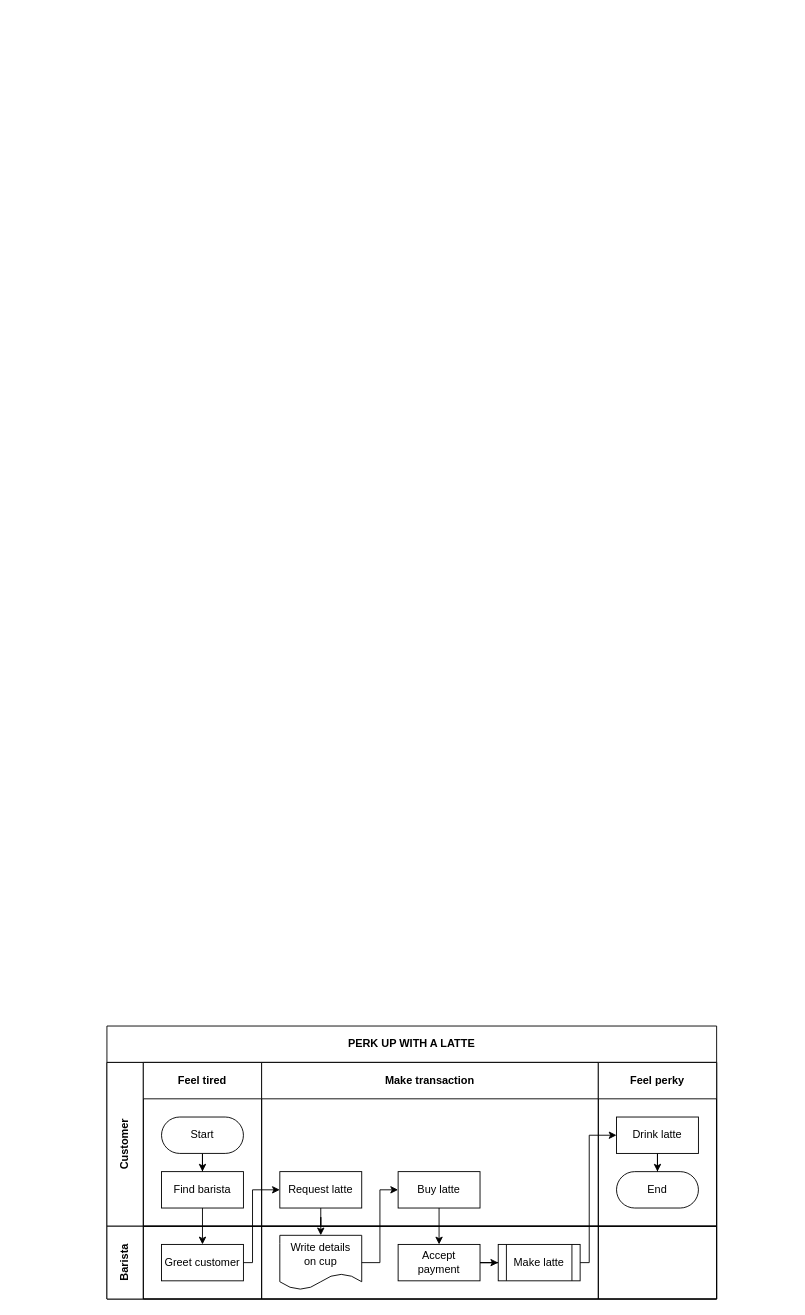
justinluu8235/project-2 keeps this draw.io diagram as Untitled Diagram.drawio. Above is the earlier version. Source tidied: cells renumbered, new cells numbered last; positions are measured from the earlier drawing's top-left corner, leaving out a move shared by most shapes. Both pictures are drawn from the tidied source at 91%, with x=0, y=0 at pixel (106, 1026).
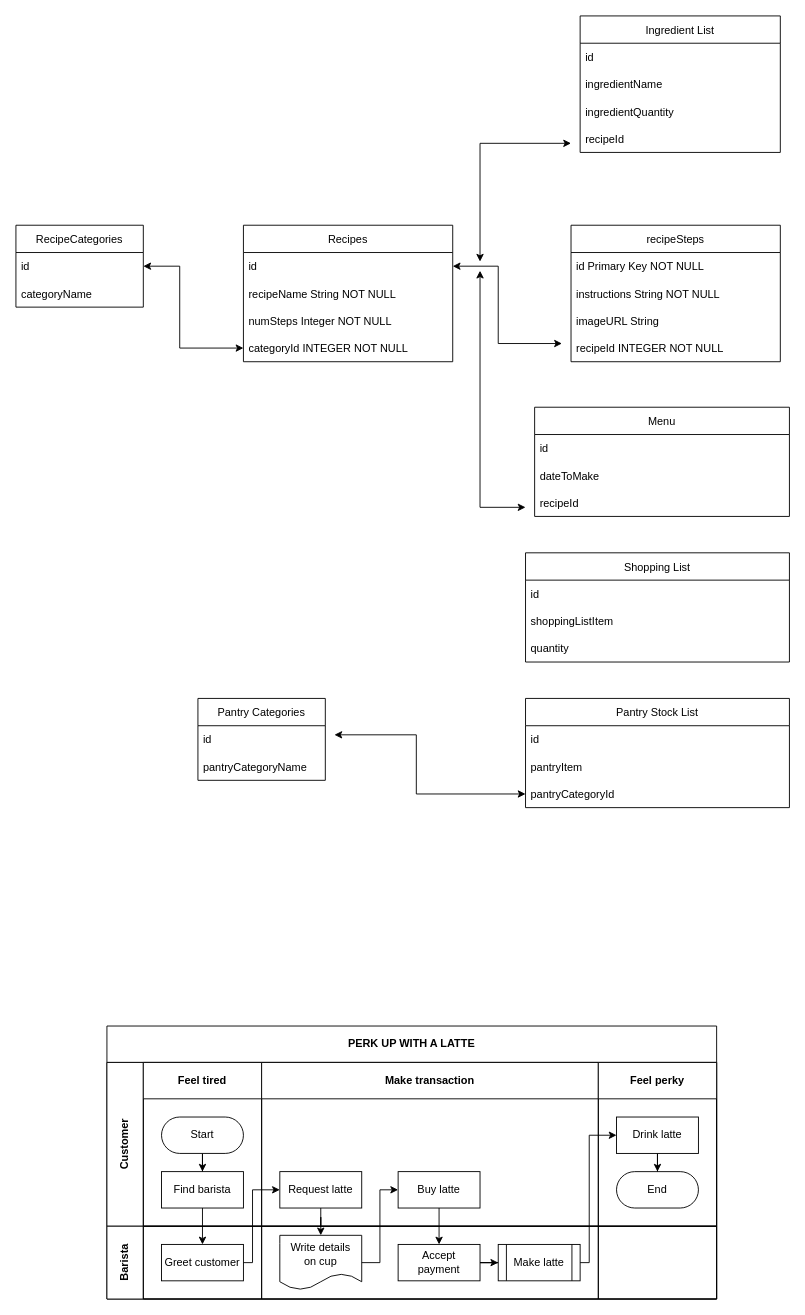
After the change.

Change to the diagram source:
```diff
@@
+    <mxCell id="30" value="Recipes" style="swimlane;fontStyle=0;horizontal=1;startSize=30;" parent="1" vertex="1">
+      <mxGeometry x="150" y="-880" width="230" height="150" as="geometry" />
+    </mxCell>
+    <mxCell id="31" value="id" style="text;strokeColor=none;fillColor=none;align=left;verticalAlign=middle;spacingLeft=4;spacingRight=4;overflow=hidden;points=[[0,0.5],[1,0.5]];portConstraint=eastwest;" parent="30" vertex="1">
+      <mxGeometry y="30" width="230" height="30" as="geometry" />
+    </mxCell>
+    <mxCell id="32" value="recipeName String NOT NULL" style="text;strokeColor=none;fillColor=none;align=left;verticalAlign=middle;spacingLeft=4;spacingRight=4;overflow=hidden;" parent="30" vertex="1">
+      <mxGeometry y="60" width="230" height="30" as="geometry" />
+    </mxCell>
+    <mxCell id="33" value="numSteps Integer NOT NULL" style="text;strokeColor=none;fillColor=none;align=left;verticalAlign=middle;spacingLeft=4;spacingRight=4;overflow=hidden;" parent="30" vertex="1">
+      <mxGeometry y="90" width="230" height="30" as="geometry" />
+    </mxCell>
+    <mxCell id="34" value="categoryId INTEGER NOT NULL" style="text;strokeColor=none;fillColor=none;align=left;verticalAlign=middle;spacingLeft=4;spacingRight=4;overflow=hidden;points=[[0,0.5],[1,0.5]];portConstraint=eastwest;" parent="30" vertex="1">
+      <mxGeometry y="120" width="230" height="30" as="geometry" />
+    </mxCell>
+    <mxCell id="35" value="recipeSteps" style="swimlane;fontStyle=0;horizontal=1;startSize=30;" parent="1" vertex="1">
+      <mxGeometry x="510" y="-880" width="230" height="150" as="geometry" />
+    </mxCell>
+    <mxCell id="36" value="id Primary Key NOT NULL" style="text;strokeColor=none;fillColor=none;align=left;verticalAlign=middle;spacingLeft=4;spacingRight=4;overflow=hidden;" parent="35" vertex="1">
+      <mxGeometry y="30" width="230" height="30" as="geometry" />
+    </mxCell>
+    <mxCell id="37" value="instructions String NOT NULL" style="text;strokeColor=none;fillColor=none;align=left;verticalAlign=middle;spacingLeft=4;spacingRight=4;overflow=hidden;" parent="35" vertex="1">
+      <mxGeometry y="60" width="230" height="30" as="geometry" />
+    </mxCell>
+    <mxCell id="38" value="imageURL String " style="text;strokeColor=none;fillColor=none;align=left;verticalAlign=middle;spacingLeft=4;spacingRight=4;overflow=hidden;" parent="35" vertex="1">
+      <mxGeometry y="90" width="230" height="30" as="geometry" />
+    </mxCell>
+    <mxCell id="39" value="recipeId INTEGER NOT NULL" style="text;strokeColor=none;fillColor=none;align=left;verticalAlign=middle;spacingLeft=4;spacingRight=4;overflow=hidden;" parent="35" vertex="1">
+      <mxGeometry y="120" width="230" height="30" as="geometry" />
+    </mxCell>
+    <mxCell id="40" value="RecipeCategories" style="swimlane;fontStyle=0;horizontal=1;startSize=30;" parent="1" vertex="1">
+      <mxGeometry x="-100" y="-880" width="140" height="90" as="geometry" />
+    </mxCell>
+    <mxCell id="41" value="id" style="text;strokeColor=none;fillColor=none;align=left;verticalAlign=middle;spacingLeft=4;spacingRight=4;overflow=hidden;points=[[0,0.5],[1,0.5]];portConstraint=eastwest;" parent="40" vertex="1">
+      <mxGeometry y="30" width="140" height="30" as="geometry" />
+    </mxCell>
+    <mxCell id="42" value="categoryName" style="text;strokeColor=none;fillColor=none;align=left;verticalAlign=middle;spacingLeft=4;spacingRight=4;overflow=hidden;" parent="40" vertex="1">
+      <mxGeometry y="60" width="140" height="30" as="geometry" />
+    </mxCell>
+    <mxCell id="43" style="endArrow=classic;startArrow=classic;html=1;rounded=0;exitX=1;exitY=0.5;exitDx=0;exitDy=0;entryX=0;entryY=0.5;entryDx=0;entryDy=0;" parent="1" edge="1" source="41" target="34">
+      <mxGeometry relative="1" as="geometry">
+        <Array as="points">
+          <mxPoint x="80" y="-835" />
+          <mxPoint x="80" y="-745" />
+        </Array>
+      </mxGeometry>
+    </mxCell>
+    <mxCell id="44" style="endArrow=classic;startArrow=classic;html=1;rounded=0;exitX=1;exitY=0.5;exitDx=0;exitDy=0;" parent="1" edge="1" source="31">
+      <mxGeometry relative="1" as="geometry">
+        <mxPoint x="500" y="-750" as="targetPoint" />
+        <Array as="points">
+          <mxPoint x="430" y="-835" />
+          <mxPoint x="430" y="-750" />
+        </Array>
+      </mxGeometry>
+    </mxCell>
+    <mxCell id="45" value="Menu" style="swimlane;fontStyle=0;horizontal=1;startSize=30;" parent="1" vertex="1">
+      <mxGeometry x="470" y="-680" width="280" height="120" as="geometry" />
+    </mxCell>
+    <mxCell id="46" value="id" style="text;strokeColor=none;fillColor=none;align=left;verticalAlign=middle;spacingLeft=4;spacingRight=4;overflow=hidden;" parent="45" vertex="1">
+      <mxGeometry y="30" width="280" height="30" as="geometry" />
+    </mxCell>
+    <mxCell id="47" value="dateToMake" style="text;strokeColor=none;fillColor=none;align=left;verticalAlign=middle;spacingLeft=4;spacingRight=4;overflow=hidden;" parent="45" vertex="1">
+      <mxGeometry y="60" width="280" height="30" as="geometry" />
+    </mxCell>
+    <mxCell id="48" value="recipeId" style="text;strokeColor=none;fillColor=none;align=left;verticalAlign=middle;spacingLeft=4;spacingRight=4;overflow=hidden;" parent="45" vertex="1">
+      <mxGeometry y="90" width="280" height="30" as="geometry" />
+    </mxCell>
+    <mxCell id="49" style="endArrow=classic;startArrow=classic;html=1;rounded=0;" parent="1" edge="1">
+      <mxGeometry relative="1" as="geometry">
+        <mxPoint x="410" y="-830" as="sourcePoint" />
+        <mxPoint x="460" y="-570" as="targetPoint" />
+        <Array as="points">
+          <mxPoint x="410" y="-570" />
+        </Array>
+      </mxGeometry>
+    </mxCell>
+    <mxCell id="50" value="Shopping List" style="swimlane;fontStyle=0;horizontal=1;startSize=30;" parent="1" vertex="1">
+      <mxGeometry x="460" y="-520" width="290" height="120" as="geometry" />
+    </mxCell>
+    <mxCell id="51" value="id" style="text;strokeColor=none;fillColor=none;align=left;verticalAlign=middle;spacingLeft=4;spacingRight=4;overflow=hidden;" parent="50" vertex="1">
+      <mxGeometry y="30" width="290" height="30" as="geometry" />
+    </mxCell>
+    <mxCell id="52" value="shoppingListItem" style="text;strokeColor=none;fillColor=none;align=left;verticalAlign=middle;spacingLeft=4;spacingRight=4;overflow=hidden;" parent="50" vertex="1">
+      <mxGeometry y="60" width="290" height="30" as="geometry" />
+    </mxCell>
+    <mxCell id="53" value="quantity " style="text;strokeColor=none;fillColor=none;align=left;verticalAlign=middle;spacingLeft=4;spacingRight=4;overflow=hidden;" parent="50" vertex="1">
+      <mxGeometry y="90" width="290" height="30" as="geometry" />
+    </mxCell>
+    <mxCell id="54" value="Pantry Stock List" style="swimlane;fontStyle=0;horizontal=1;startSize=30;" parent="1" vertex="1">
+      <mxGeometry x="460" y="-360" width="290" height="120" as="geometry" />
+    </mxCell>
+    <mxCell id="55" value="id" style="text;strokeColor=none;fillColor=none;align=left;verticalAlign=middle;spacingLeft=4;spacingRight=4;overflow=hidden;" parent="54" vertex="1">
+      <mxGeometry y="30" width="290" height="30" as="geometry" />
+    </mxCell>
+    <mxCell id="56" value="pantryItem" style="text;strokeColor=none;fillColor=none;align=left;verticalAlign=middle;spacingLeft=4;spacingRight=4;overflow=hidden;" parent="54" vertex="1">
+      <mxGeometry y="60" width="290" height="30" as="geometry" />
+    </mxCell>
+    <mxCell id="57" value="pantryCategoryId" style="text;strokeColor=none;fillColor=none;align=left;verticalAlign=middle;spacingLeft=4;spacingRight=4;overflow=hidden;points=[[0,0.5],[1,0.5]];portConstraint=eastwest;" parent="54" vertex="1">
+      <mxGeometry y="90" width="290" height="30" as="geometry" />
+    </mxCell>
+    <mxCell id="58" value="Pantry Categories" style="swimlane;fontStyle=0;horizontal=1;startSize=30;" parent="1" vertex="1">
+      <mxGeometry x="100" y="-360" width="140" height="90" as="geometry" />
+    </mxCell>
+    <mxCell id="59" value="id" style="text;strokeColor=none;fillColor=none;align=left;verticalAlign=middle;spacingLeft=4;spacingRight=4;overflow=hidden;" parent="58" vertex="1">
+      <mxGeometry y="30" width="140" height="30" as="geometry" />
+    </mxCell>
+    <mxCell id="60" value="pantryCategoryName" style="text;strokeColor=none;fillColor=none;align=left;verticalAlign=middle;spacingLeft=4;spacingRight=4;overflow=hidden;" parent="58" vertex="1">
+      <mxGeometry y="60" width="140" height="30" as="geometry" />
+    </mxCell>
+    <mxCell id="61" style="endArrow=classic;startArrow=classic;html=1;rounded=0;entryX=0;entryY=0.5;entryDx=0;entryDy=0;" parent="1" edge="1" target="57">
+      <mxGeometry relative="1" as="geometry">
+        <mxPoint x="250" y="-320" as="sourcePoint" />
+        <Array as="points">
+          <mxPoint x="340" y="-320" />
+          <mxPoint x="340" y="-255" />
+        </Array>
+      </mxGeometry>
+    </mxCell>
+    <mxCell id="62" value="Ingredient List" style="swimlane;fontStyle=0;horizontal=1;startSize=30;" parent="1" vertex="1">
+      <mxGeometry x="520" y="-1110" width="220" height="150" as="geometry" />
+    </mxCell>
+    <mxCell id="63" value="id" style="text;strokeColor=none;fillColor=none;align=left;verticalAlign=middle;spacingLeft=4;spacingRight=4;overflow=hidden;" parent="62" vertex="1">
+      <mxGeometry y="30" width="220" height="30" as="geometry" />
+    </mxCell>
+    <mxCell id="64" value="ingredientName" style="text;strokeColor=none;fillColor=none;align=left;verticalAlign=middle;spacingLeft=4;spacingRight=4;overflow=hidden;" parent="62" vertex="1">
+      <mxGeometry y="60" width="220" height="30" as="geometry" />
+    </mxCell>
+    <mxCell id="65" value="ingredientQuantity" style="text;strokeColor=none;fillColor=none;align=left;verticalAlign=middle;spacingLeft=4;spacingRight=4;overflow=hidden;" parent="62" vertex="1">
+      <mxGeometry y="90" width="220" height="30" as="geometry" />
+    </mxCell>
+    <mxCell id="66" value="recipeId" style="text;strokeColor=none;fillColor=none;align=left;verticalAlign=middle;spacingLeft=4;spacingRight=4;overflow=hidden;" parent="62" vertex="1">
+      <mxGeometry y="120" width="220" height="30" as="geometry" />
+    </mxCell>
+    <mxCell id="67" style="endArrow=classic;startArrow=classic;html=1;rounded=0;" parent="1" edge="1">
+      <mxGeometry relative="1" as="geometry">
+        <mxPoint x="410" y="-840" as="sourcePoint" />
+        <mxPoint x="510" y="-970" as="targetPoint" />
+        <Array as="points">
+          <mxPoint x="410" y="-970" />
+        </Array>
+      </mxGeometry>
+    </mxCell>
```
